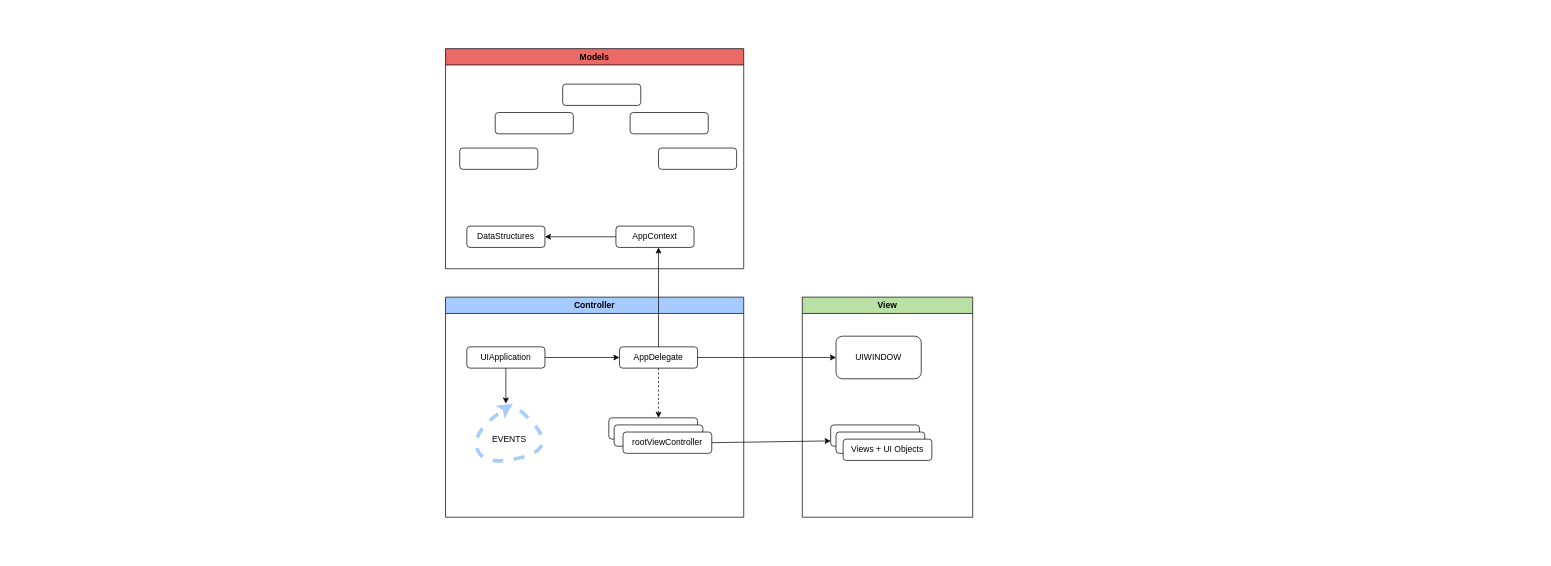
This is ArchitectureV2.drawio from willdonlan8/test, a draw.io file, before an edit. Source tidied: cells renumbered, new cells numbered last; positions are measured from the earlier drawing's top-left corner, leaving out a move shared by most shapes. Both pictures are drawn from the tidied source at 71%, with x=0, y=0 at pixel (445, 48). Pictures stored in the file or linked from it are replaced by grey dashed boxes.
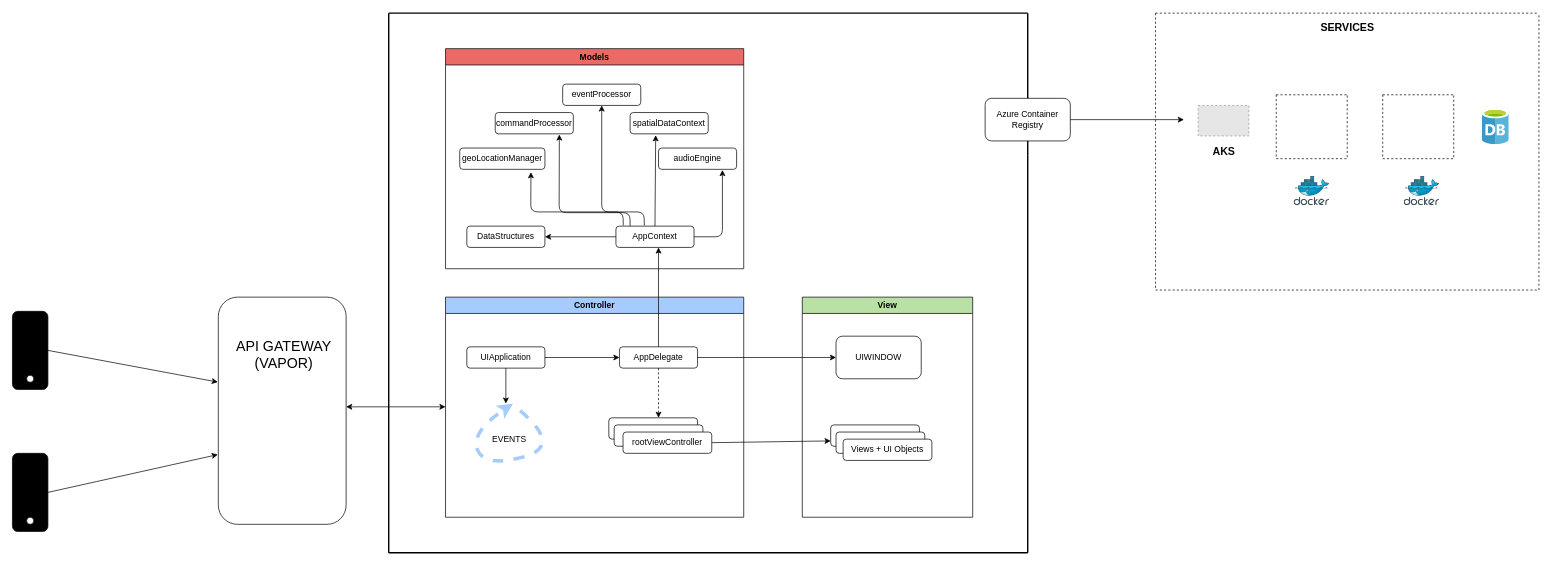
Above is the later version.

The change refers to these unchanged cells:
```xml
<mxCell id="15" value="Models" style="swimlane;strokeColor=#000000;fillColor=#EA6B66;" parent="1" vertex="1">
  <mxGeometry width="420" height="310" as="geometry" />
</mxCell>
<mxCell id="16" value="AppContext" style="rounded=1;whiteSpace=wrap;html=1;" parent="15" vertex="1">
  <mxGeometry x="240" y="250" width="110" height="30" as="geometry" />
</mxCell>
```

What changed in the source:
```diff
@@
-    <mxCell id="17" style="rounded=1;whiteSpace=wrap;html=1;" parent="15" vertex="1">
-      <mxGeometry x="20" y="140" width="110" height="30" as="geometry" />
+    <mxCell id="17" value="geoLocationManager" style="rounded=1;whiteSpace=wrap;html=1;" parent="15" vertex="1">
+      <mxGeometry x="20" y="140" width="120" height="30" as="geometry" />
     </mxCell>
-    <mxCell id="18" style="rounded=1;whiteSpace=wrap;html=1;" parent="15" vertex="1">
+    <mxCell id="18" value="spatialDataContext" style="rounded=1;whiteSpace=wrap;html=1;" parent="15" vertex="1">
       <mxGeometry x="260" y="90" width="110" height="30" as="geometry" />
     </mxCell>
-    <mxCell id="19" style="rounded=1;whiteSpace=wrap;html=1;" parent="15" vertex="1">
+    <mxCell id="19" value="commandProcessor" style="rounded=1;whiteSpace=wrap;html=1;" parent="15" vertex="1">
       <mxGeometry x="70" y="90" width="110" height="30" as="geometry" />
     </mxCell>
@@
-    <mxCell id="21" style="rounded=1;whiteSpace=wrap;html=1;" parent="15" vertex="1">
+    <mxCell id="21" value="eventProcessor" style="rounded=1;whiteSpace=wrap;html=1;" parent="15" vertex="1">
       <mxGeometry x="165" y="50" width="110" height="30" as="geometry" />
     </mxCell>
@@
-    <mxCell id="23" style="rounded=1;whiteSpace=wrap;html=1;" parent="15" vertex="1">
+    <mxCell id="23" value="audioEngine" style="rounded=1;whiteSpace=wrap;html=1;" parent="15" vertex="1">
       <mxGeometry x="300" y="140" width="110" height="30" as="geometry" />
     </mxCell>
+    <mxCell id="30" style="endArrow=classic;html=1;strokeColor=#000000;strokeWidth=1;fillColor=#000000;exitX=1;exitY=0.5;exitDx=0;exitDy=0;" parent="15" edge="1" source="16">
+      <mxGeometry relative="1" as="geometry">
+        <mxPoint x="390" y="171" as="targetPoint" />
+        <Array as="points">
+          <mxPoint x="390" y="265" />
+        </Array>
+      </mxGeometry>
+    </mxCell>
+    <mxCell id="31" style="endArrow=classic;html=1;strokeColor=#000000;strokeWidth=1;fillColor=#000000;exitX=0.5;exitY=0;exitDx=0;exitDy=0;" parent="15" edge="1" source="16">
+      <mxGeometry relative="1" as="geometry">
+        <mxPoint x="296" y="122" as="targetPoint" />
+      </mxGeometry>
+    </mxCell>
+    <mxCell id="32" style="endArrow=classic;html=1;strokeColor=#000000;strokeWidth=1;fillColor=#000000;exitX=0.094;exitY=-0.033;exitDx=0;exitDy=0;exitPerimeter=0;entryX=0.836;entryY=1.133;entryDx=0;entryDy=0;entryPerimeter=0;" parent="15" edge="1" source="16" target="17">
+      <mxGeometry relative="1" as="geometry">
+        <Array as="points">
+          <mxPoint x="250" y="230" />
+          <mxPoint x="120" y="230" />
+        </Array>
+      </mxGeometry>
+    </mxCell>
+    <mxCell id="33" style="endArrow=classic;html=1;strokeColor=#000000;strokeWidth=1;fillColor=#000000;exitX=0.094;exitY=-0.033;exitDx=0;exitDy=0;exitPerimeter=0;entryX=0.821;entryY=1.033;entryDx=0;entryDy=0;entryPerimeter=0;" parent="15" edge="1" target="19">
+      <mxGeometry relative="1" as="geometry">
+        <mxPoint x="260" y="250" as="sourcePoint" />
+        <Array as="points">
+          <mxPoint x="259.7" y="231" />
+          <mxPoint x="160" y="231" />
+        </Array>
+      </mxGeometry>
+    </mxCell>
@@
+    <mxCell id="34" value="&lt;font style=&quot;font-size: 20px&quot;&gt;&lt;br&gt;&lt;/font&gt;" style="rounded=1;whiteSpace=wrap;html=1;strokeColor=#000000;fillColor=#FFFFFF;" parent="1" vertex="1">
+      <mxGeometry x="-320" y="350" width="180" height="320" as="geometry" />
+    </mxCell>
+    <mxCell id="35" style="rounded=1;whiteSpace=wrap;html=1;strokeColor=#000000;fillColor=#000000;" parent="1" vertex="1">
+      <mxGeometry x="-610" y="570" width="50" height="110" as="geometry" />
+    </mxCell>
+    <mxCell id="36" style="ellipse;whiteSpace=wrap;html=1;strokeColor=#000000;fillColor=#FFFFFF;" parent="1" vertex="1">
+      <mxGeometry x="-590" y="660" width="10" height="10" as="geometry" />
+    </mxCell>
+    <mxCell id="37" style="endArrow=classic;html=1;strokeColor=#000000;strokeWidth=1;fillColor=#000000;exitX=1;exitY=0.5;exitDx=0;exitDy=0;entryX=-0.004;entryY=0.693;entryDx=0;entryDy=0;entryPerimeter=0;" parent="1" edge="1" source="35" target="34">
+      <mxGeometry relative="1" as="geometry" />
+    </mxCell>
+    <mxCell id="38" style="rounded=1;whiteSpace=wrap;html=1;strokeColor=#000000;fillColor=#000000;" parent="1" vertex="1">
+      <mxGeometry x="-610" y="370" width="50" height="110" as="geometry" />
+    </mxCell>
+    <mxCell id="39" style="ellipse;whiteSpace=wrap;html=1;strokeColor=#000000;fillColor=#FFFFFF;" parent="1" vertex="1">
+      <mxGeometry x="-590" y="460" width="10" height="10" as="geometry" />
+    </mxCell>
+    <mxCell id="40" style="endArrow=classic;html=1;strokeColor=#000000;strokeWidth=1;fillColor=#000000;exitX=1;exitY=0.5;exitDx=0;exitDy=0;entryX=-0.004;entryY=0.374;entryDx=0;entryDy=0;entryPerimeter=0;" parent="1" edge="1" source="38" target="34">
+      <mxGeometry relative="1" as="geometry" />
+    </mxCell>
+    <mxCell id="41" value="&lt;font style=&quot;font-size: 20px&quot;&gt;API GATEWAY&lt;br&gt;(VAPOR)&lt;br&gt;&lt;/font&gt;" style="text;html=1;strokeColor=none;fillColor=none;align=center;verticalAlign=middle;whiteSpace=wrap;rounded=0;rotation=0;" parent="1" vertex="1">
+      <mxGeometry x="-315" y="370" width="175" height="120" as="geometry" />
+    </mxCell>
+    <mxCell id="42" style="endArrow=classic;startArrow=classic;html=1;strokeColor=#000000;strokeWidth=1;fillColor=#000000;" parent="1" edge="1">
+      <mxGeometry relative="1" as="geometry">
+        <mxPoint x="-140" y="504.5" as="sourcePoint" />
+        <mxPoint y="504.5" as="targetPoint" />
+      </mxGeometry>
+    </mxCell>
+    <mxCell id="43" style="endArrow=classic;html=1;strokeColor=#000000;strokeWidth=1;fillColor=#000000;exitX=0.094;exitY=-0.033;exitDx=0;exitDy=0;exitPerimeter=0;entryX=0.5;entryY=1;entryDx=0;entryDy=0;" parent="1" edge="1" target="21">
+      <mxGeometry relative="1" as="geometry">
+        <mxPoint x="280" y="249" as="sourcePoint" />
+        <Array as="points">
+          <mxPoint x="279.7" y="230" />
+          <mxPoint x="220" y="230" />
+        </Array>
+      </mxGeometry>
+    </mxCell>
+    <mxCell id="44" style="endArrow=none;html=1;strokeWidth=2;fillColor=#000000;" parent="1" edge="1">
+      <mxGeometry relative="1" as="geometry">
+        <mxPoint x="-80" y="710" as="sourcePoint" />
+        <mxPoint x="-80" y="-50" as="targetPoint" />
+      </mxGeometry>
+    </mxCell>
+    <mxCell id="45" style="endArrow=none;html=1;strokeWidth=2;fillColor=#000000;" parent="1" edge="1">
+      <mxGeometry relative="1" as="geometry">
+        <mxPoint x="820" y="710" as="sourcePoint" />
+        <mxPoint x="-80" y="710" as="targetPoint" />
+      </mxGeometry>
+    </mxCell>
+    <mxCell id="46" style="endArrow=none;html=1;strokeWidth=2;fillColor=#000000;startArrow=none;" parent="1" edge="1">
+      <mxGeometry relative="1" as="geometry">
+        <mxPoint x="820" y="150" as="sourcePoint" />
+        <mxPoint x="820" y="-50" as="targetPoint" />
+      </mxGeometry>
+    </mxCell>
+    <mxCell id="47" style="endArrow=none;html=1;strokeWidth=2;fillColor=#000000;" parent="1" edge="1">
+      <mxGeometry relative="1" as="geometry">
+        <mxPoint x="820" y="-50" as="sourcePoint" />
+        <mxPoint x="-80" y="-50" as="targetPoint" />
+      </mxGeometry>
+    </mxCell>
+    <mxCell id="48" style="endArrow=none;html=1;strokeWidth=2;fillColor=#000000;" parent="1" edge="1">
+      <mxGeometry relative="1" as="geometry">
+        <mxPoint x="820" y="710" as="sourcePoint" />
+        <mxPoint x="820" y="150" as="targetPoint" />
+      </mxGeometry>
+    </mxCell>
+    <mxCell id="49" style="swimlane;startSize=0;strokeColor=#000000;fillColor=#FFFFFF;dashed=1;" parent="1" vertex="1">
+      <mxGeometry x="1000" y="-50" width="540" height="390" as="geometry" />
+    </mxCell>
+    <mxCell id="50" value="&lt;b&gt;&lt;font style=&quot;font-size: 15px&quot;&gt;SERVICES&lt;/font&gt;&lt;/b&gt;" style="text;html=1;align=center;verticalAlign=middle;strokeColor=none;" parent="49" vertex="1">
+      <mxGeometry x="225" y="10" width="90" height="20" as="geometry" />
+    </mxCell>
+    <mxCell id="51" style="fillColor=#E6E6E6;strokeColor=#999999;dashed=1;verticalLabelPosition=bottom;labelBackgroundColor=#ffffff;verticalAlign=top;" parent="49" vertex="1">
+      <mxGeometry x="60" y="130" width="71.6" height="43" as="geometry" />
+    </mxCell>
+    <mxCell id="52" value="&lt;b&gt;&lt;font style=&quot;font-size: 15px&quot; color=&quot;#080808&quot;&gt;AKS&lt;/font&gt;&lt;/b&gt;" style="text;html=1;align=center;verticalAlign=middle;strokeColor=none;" parent="49" vertex="1">
+      <mxGeometry x="70.8" y="185" width="50" height="20" as="geometry" />
+    </mxCell>
+    <mxCell id="53" style="swimlane;startSize=0;dashed=1;strokeColor=#000000;fillColor=#FFFFFF;" parent="49" vertex="1">
+      <mxGeometry x="170" y="115" width="100" height="90" as="geometry" />
+    </mxCell>
+    <mxCell id="54" style="swimlane;startSize=0;dashed=1;strokeColor=#000000;fillColor=#FFFFFF;" parent="49" vertex="1">
+      <mxGeometry x="320" y="115" width="100" height="90" as="geometry" />
+    </mxCell>
+    <mxCell id="55" style="html=1;align=center;image;fontSize=12;image=img/lib/mscae/Database_General.svg;strokeColor=#000000;fillColor=#FFFFFF;" parent="49" vertex="1">
+      <mxGeometry x="460" y="135" width="38" height="50" as="geometry" />
+    </mxCell>
+    <mxCell id="56" style="html=1;align=center;image;fontSize=12;image=img/lib/mscae/Docker.svg;strokeColor=#000000;fillColor=#FFFFFF;" parent="49" vertex="1">
+      <mxGeometry x="195" y="230" width="50" height="41" as="geometry" />
+    </mxCell>
+    <mxCell id="57" style="html=1;align=center;image;fontSize=12;image=img/lib/mscae/Docker.svg;strokeColor=#000000;fillColor=#FFFFFF;" parent="49" vertex="1">
+      <mxGeometry x="350" y="230" width="50" height="41" as="geometry" />
+    </mxCell>
+    <mxCell id="58" value="Azure Container Registry" style="rounded=1;whiteSpace=wrap;html=1;strokeColor=#000000;fillColor=#FFFFFF;" parent="1" vertex="1">
+      <mxGeometry x="760" y="70" width="120" height="60" as="geometry" />
+    </mxCell>
+    <mxCell id="59" style="endArrow=classic;html=1;strokeColor=#000000;strokeWidth=1;fillColor=#000000;" parent="1" edge="1">
+      <mxGeometry relative="1" as="geometry">
+        <mxPoint x="880" y="100" as="sourcePoint" />
+        <mxPoint x="1040" y="100" as="targetPoint" />
+      </mxGeometry>
+    </mxCell>
```
